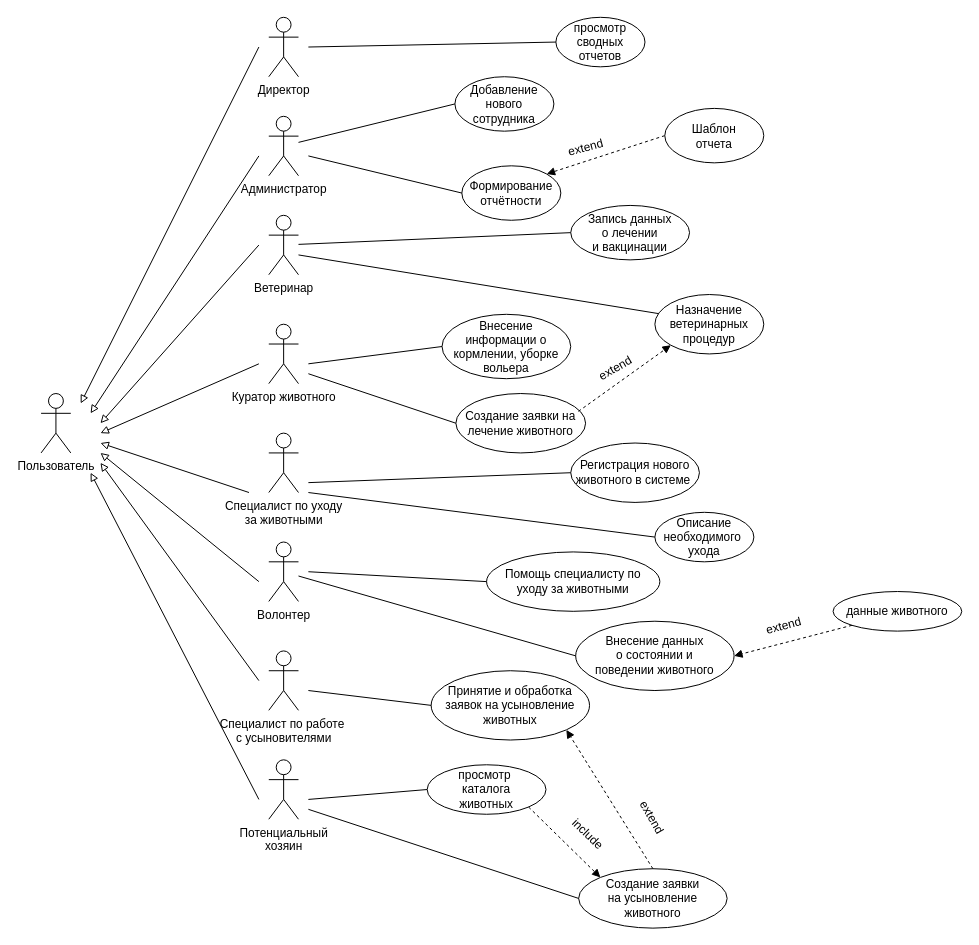
Earlier version of the draw.io diagram Диаграмма use-case.drawio (DaniilKOT112/Doc). Source tidied: cells renumbered, new cells numbered last; positions are measured from the earlier drawing's top-left corner, leaving out a move shared by most shapes. Both pictures are drawn from the tidied source at 99%, with x=0, y=0 at pixel (41, 17).
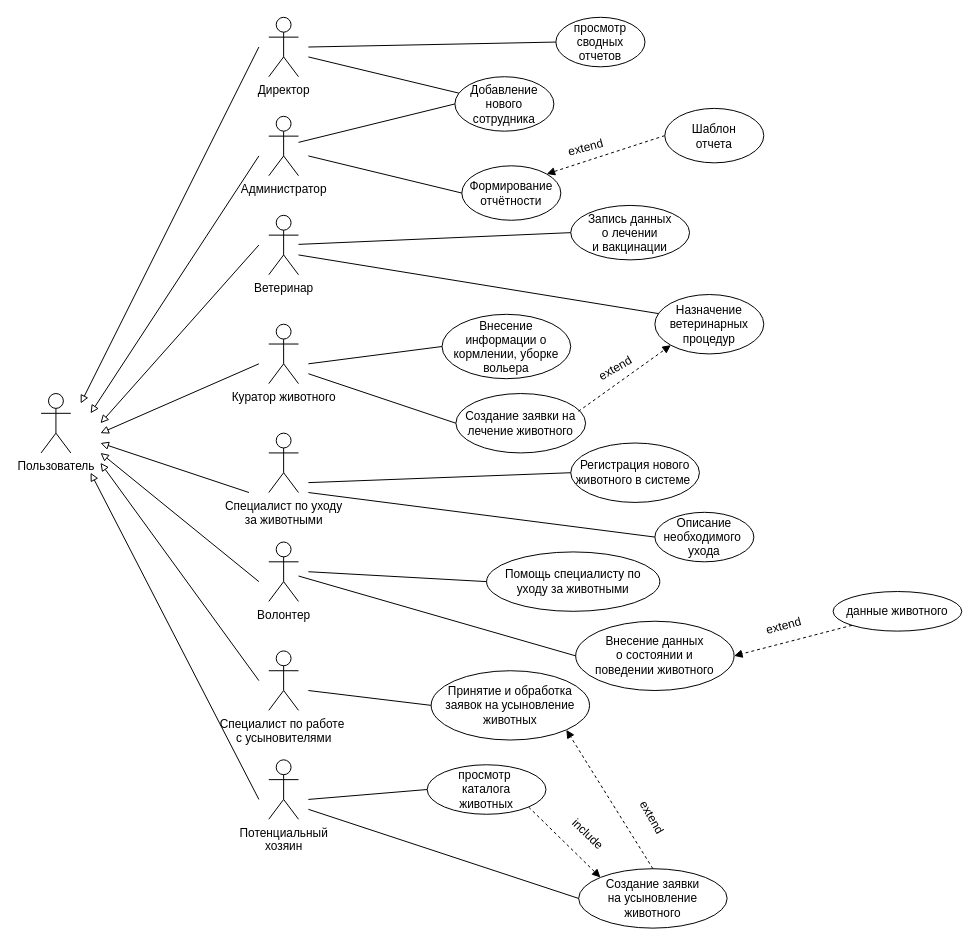
Above is the later version.

The change refers to these unchanged cells:
```xml
<mxCell id="21" value="Добавление&lt;div&gt;нового&lt;/div&gt;&lt;div&gt;сотрудника&lt;/div&gt;" style="ellipse;whiteSpace=wrap;html=1;" parent="1" vertex="1">
  <mxGeometry x="418" y="60" width="100" height="55" as="geometry" />
</mxCell>
```

Diff of the diagram source:
```diff
@@
+    <mxCell id="59" style="endArrow=none;html=1;rounded=0;" parent="1" edge="1" target="21">
+      <mxGeometry relative="1" as="geometry">
+        <mxPoint x="270" y="40" as="sourcePoint" />
+      </mxGeometry>
+    </mxCell>
```
